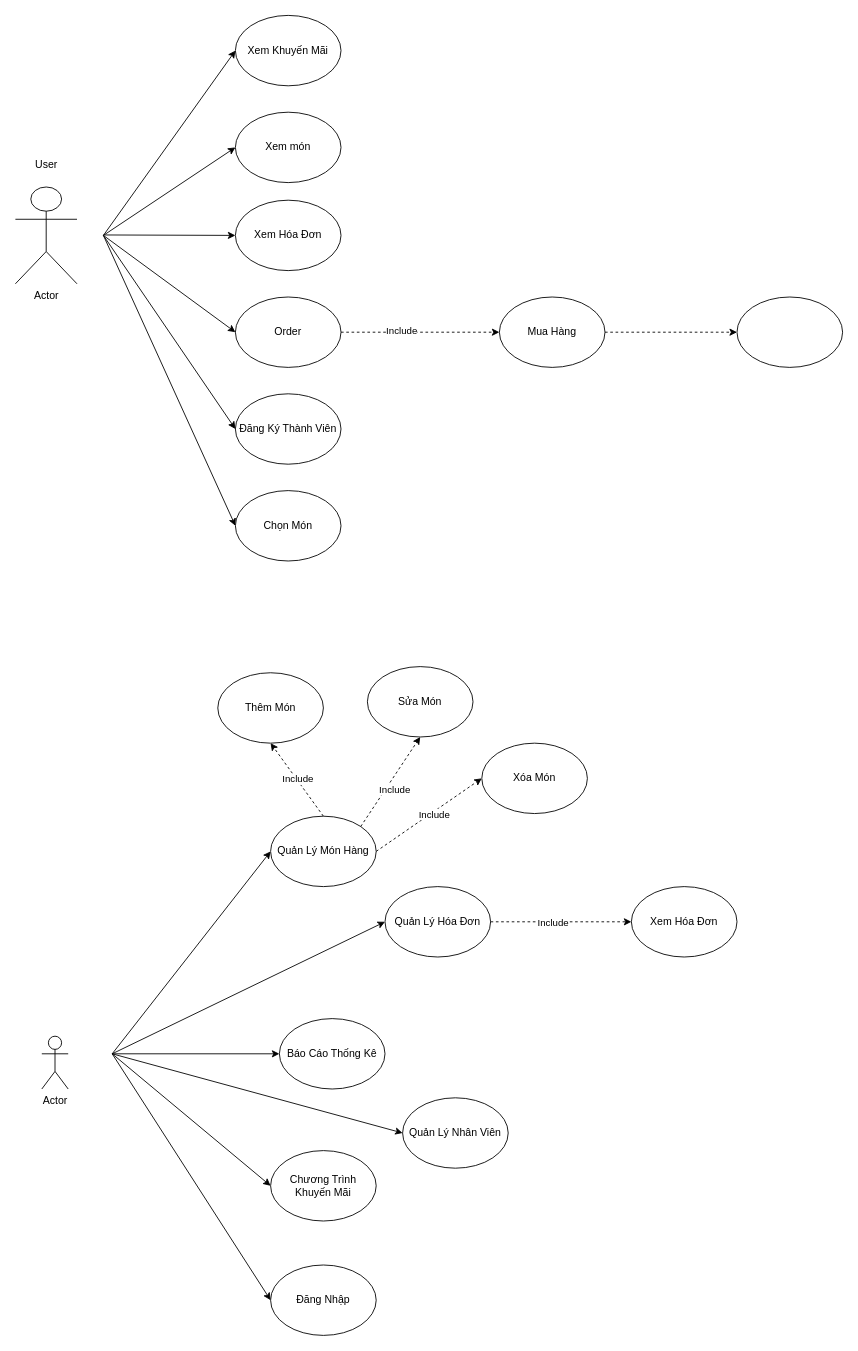
The draw.io diagram Untitled Diagram.drawio in tan0976861/PRN292, before the edit. Source tidied: cells renumbered, new cells numbered last; positions are measured from the earlier drawing's top-left corner, leaving out a move shared by most shapes. Both pictures are drawn from the tidied source at 88%, with x=0, y=0 at pixel (15, 15).
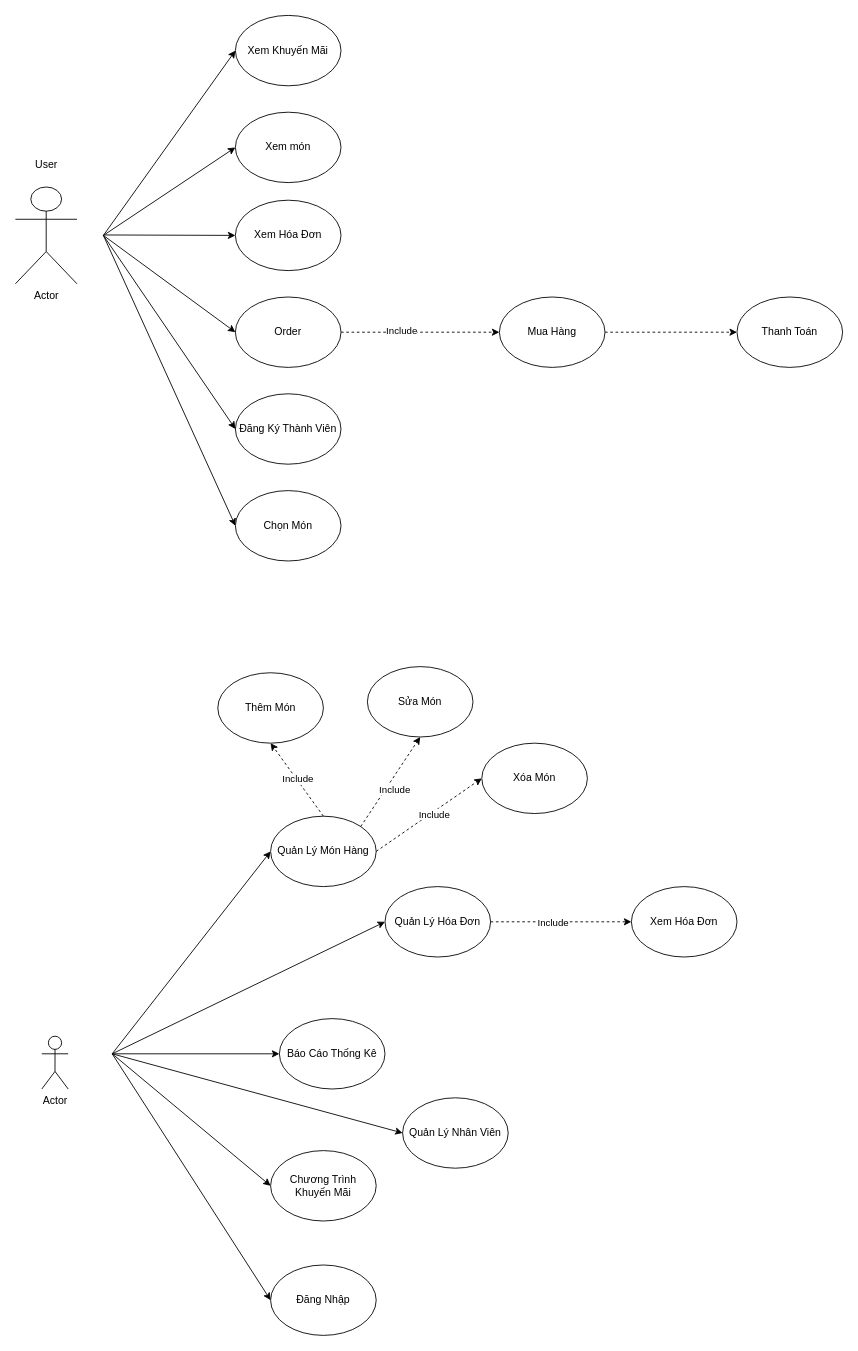
After the change.

What changed in the source:
```diff
@@
-    <mxCell id="36" style="ellipse;whiteSpace=wrap;html=1;" parent="1" vertex="1">
+    <mxCell id="36" value="Thanh Toán" style="ellipse;whiteSpace=wrap;html=1;" parent="1" vertex="1">
       <mxGeometry x="820" y="320" width="120" height="80" as="geometry" />
     </mxCell>
```
